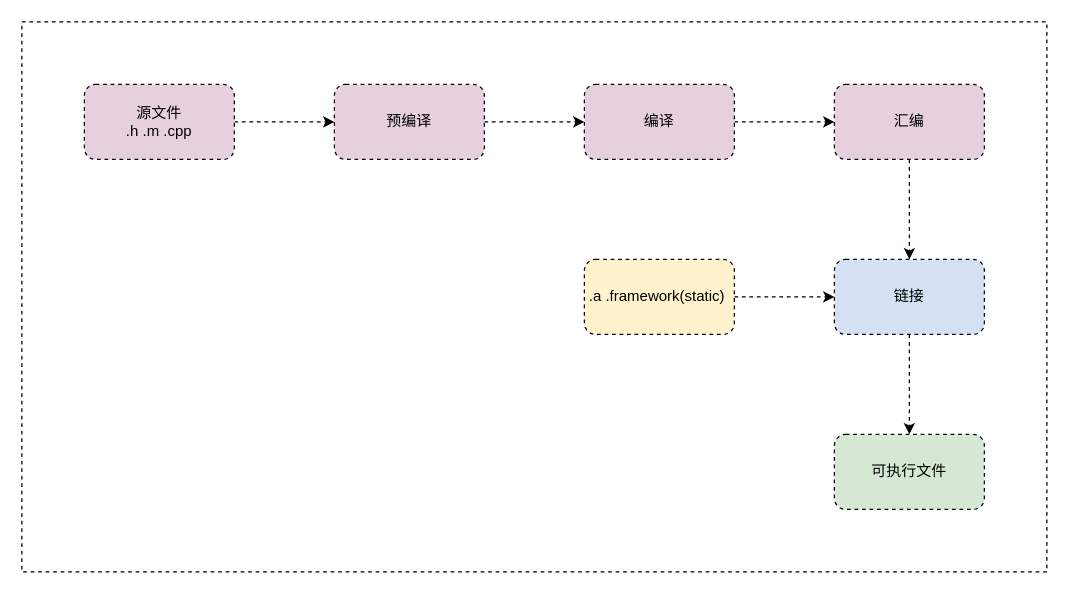
Earlier version of the draw.io diagram CompileFlowchart.drawio (star-j/Flowchart). Source tidied: cells renumbered, new cells numbered last; positions are measured from the earlier drawing's top-left corner, leaving out a move shared by most shapes. Both pictures are drawn from the tidied source at 125%, with x=0, y=0 at pixel (21, 21).
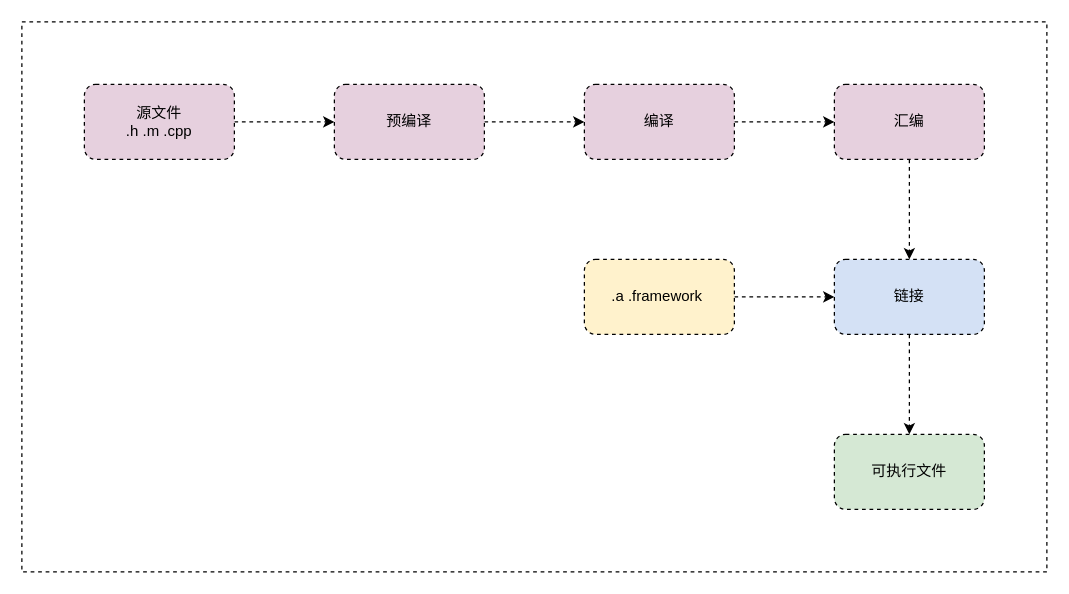
Above is the later version.

What changed in the source:
```diff
@@
 <mxGraphModel>
   <root>
     <mxCell id="0" />
     <mxCell id="1" parent="0" />
     <mxCell id="2" style="rounded=0;whiteSpace=wrap;html=1;fillColor=#FFFFFF;dashed=1;" parent="1" vertex="1">
       <mxGeometry width="820" height="440" as="geometry" />
     </mxCell>
     <mxCell id="3" style="edgeStyle=orthogonalEdgeStyle;rounded=0;jettySize=auto;html=1;dashed=1;" parent="1" edge="1" source="4" target="6">
       <mxGeometry relative="1" as="geometry" />
     </mxCell>
     <mxCell id="4" value="源文件&lt;br&gt;.h .m .cpp" style="rounded=1;whiteSpace=wrap;html=1;fillColor=#E6D0DE;dashed=1;" parent="1" vertex="1">
       <mxGeometry x="50" y="50" width="120" height="60" as="geometry" />
     </mxCell>
     <mxCell id="5" style="edgeStyle=orthogonalEdgeStyle;rounded=0;jettySize=auto;html=1;dashed=1;" parent="1" edge="1" source="6" target="8">
       <mxGeometry relative="1" as="geometry" />
     </mxCell>
     <mxCell id="6" value="预编译" style="whiteSpace=wrap;html=1;rounded=1;fillColor=#E6D0DE;dashed=1;" parent="1" vertex="1">
       <mxGeometry x="250" y="50" width="120" height="60" as="geometry" />
     </mxCell>
     <mxCell id="7" style="edgeStyle=orthogonalEdgeStyle;rounded=0;jettySize=auto;html=1;dashed=1;" parent="1" edge="1" source="8" target="10">
       <mxGeometry relative="1" as="geometry" />
     </mxCell>
     <mxCell id="8" value="编译" style="whiteSpace=wrap;html=1;rounded=1;fillColor=#E6D0DE;dashed=1;" parent="1" vertex="1">
       <mxGeometry x="450" y="50" width="120" height="60" as="geometry" />
     </mxCell>
     <mxCell id="9" style="edgeStyle=orthogonalEdgeStyle;rounded=0;jettySize=auto;html=1;dashed=1;" parent="1" edge="1" source="10" target="12">
       <mxGeometry relative="1" as="geometry" />
     </mxCell>
     <mxCell id="10" value="汇编" style="whiteSpace=wrap;html=1;rounded=1;fillColor=#E6D0DE;dashed=1;" parent="1" vertex="1">
       <mxGeometry x="650" y="50" width="120" height="60" as="geometry" />
     </mxCell>
     <mxCell id="11" style="edgeStyle=orthogonalEdgeStyle;rounded=0;jettySize=auto;html=1;dashed=1;" parent="1" edge="1" source="12" target="15">
       <mxGeometry relative="1" as="geometry" />
     </mxCell>
     <mxCell id="12" value="链接" style="whiteSpace=wrap;html=1;rounded=1;fillColor=#D4E1F5;dashed=1;" parent="1" vertex="1">
       <mxGeometry x="650" y="190" width="120" height="60" as="geometry" />
     </mxCell>
     <mxCell id="13" style="edgeStyle=orthogonalEdgeStyle;rounded=0;jettySize=auto;html=1;exitX=1;exitY=0.5;exitDx=0;exitDy=0;dashed=1;" parent="1" edge="1" source="14" target="12">
       <mxGeometry relative="1" as="geometry" />
     </mxCell>
-    <mxCell id="14" value=".a .framework(static)&amp;nbsp;" style="whiteSpace=wrap;html=1;rounded=1;fillColor=#FFF2CC;dashed=1;" parent="1" vertex="1">
+    <mxCell id="14" value=".a .framework&amp;nbsp;" style="whiteSpace=wrap;html=1;rounded=1;fillColor=#FFF2CC;dashed=1;" parent="1" vertex="1">
       <mxGeometry x="450" y="190" width="120" height="60" as="geometry" />
     </mxCell>
     <mxCell id="15" value="可执行文件" style="whiteSpace=wrap;html=1;rounded=1;fillColor=#D5E8D4;dashed=1;" parent="1" vertex="1">
       <mxGeometry x="650" y="330" width="120" height="60" as="geometry" />
     </mxCell>
   </root>
 </mxGraphModel>
```
